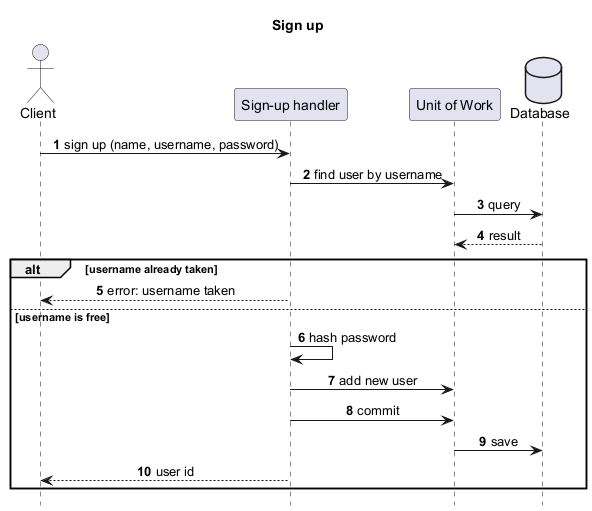
This is design/services/app/sign_up_sequence.png from saleh1312/pdf_reader, a PlantUML export, as it was before one commit. Its diagram source:
```plantuml
@startuml sign_up_sequence
title Sign up

skinparam shadowing false
skinparam sequenceMessageAlign center
hide footbox
autonumber

actor Client
participant "Sign-up handler" as H
participant "Unit of Work" as UOW
database "Database" as DB

Client -> H : sign up (name, username, password)
H -> UOW : find user by username
UOW -> DB : query
DB --> UOW : result

alt username already taken
  H --> Client : error: username taken
else username is free
  H -> H : hash password
  H -> UOW : add new user
  H -> UOW : commit
  UOW -> DB : save
  H --> Client : user id
end

@enduml
```
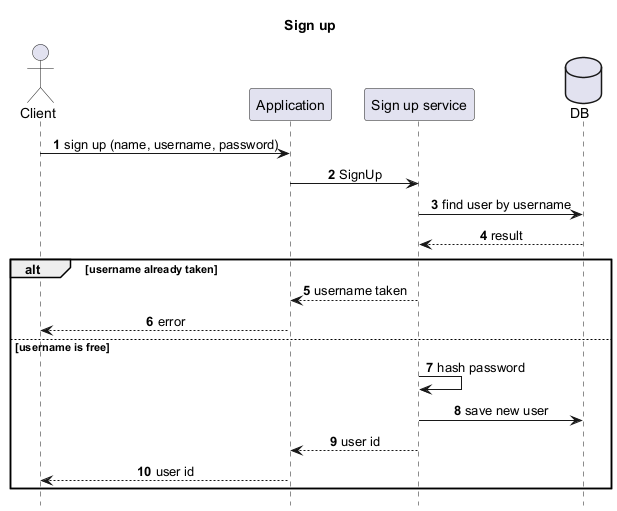
The same diagram one commit later.

What changed in the source:
```diff
@@ -7,23 +7,23 @@
 autonumber
 
 actor Client
-participant "Sign-up handler" as H
-participant "Unit of Work" as UOW
-database "Database" as DB
+participant Application
+participant "Sign up service" as Service
+database DB
 
-Client -> H : sign up (name, username, password)
-H -> UOW : find user by username
-UOW -> DB : query
-DB --> UOW : result
+Client -> Application : sign up (name, username, password)
+Application -> Service : SignUp
+Service -> DB : find user by username
+DB --> Service : result
 
 alt username already taken
-  H --> Client : error: username taken
+  Service --> Application : username taken
+  Application --> Client : error
 else username is free
-  H -> H : hash password
-  H -> UOW : add new user
-  H -> UOW : commit
-  UOW -> DB : save
-  H --> Client : user id
+  Service -> Service : hash password
+  Service -> DB : save new user
+  Service --> Application : user id
+  Application --> Client : user id
 end
 
 @enduml
```
